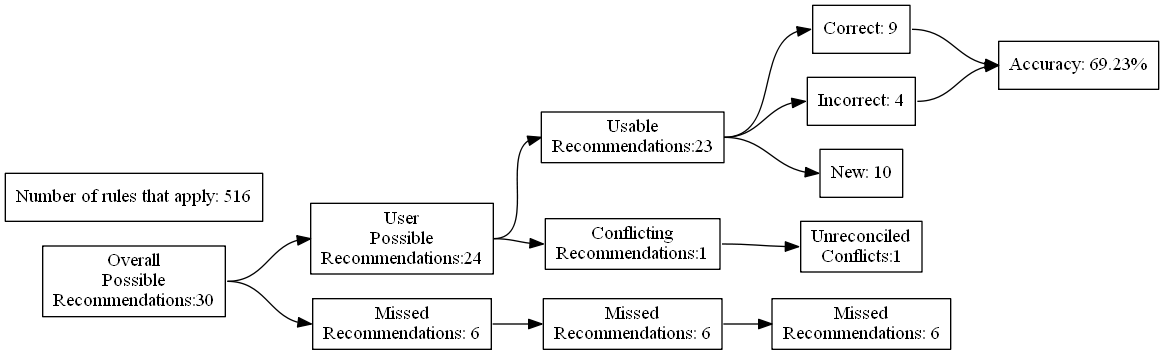
This is test_renders/20.gv.png from ZaxR/ibd_diet_analysis, a Graphviz export, as it was before one commit. Its source is kept beside it as test_renders/20.gv.
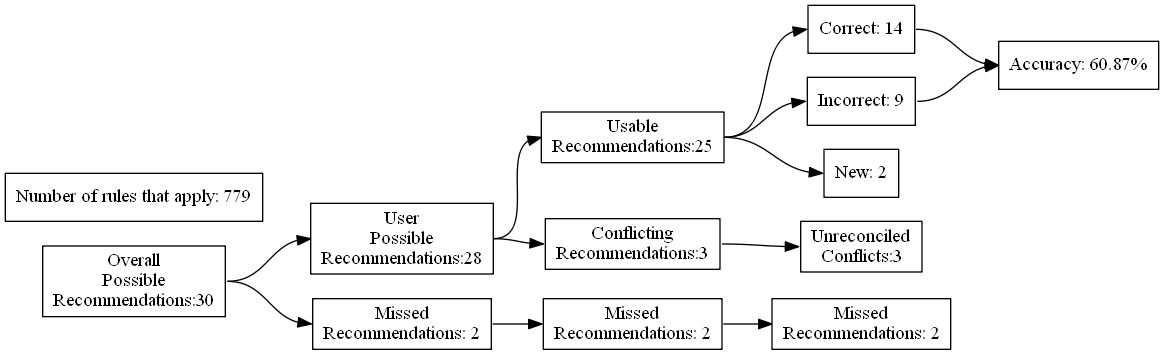
Later version of the same file.

What changed in the source:
```diff
@@ -7,24 +7,24 @@
 Recommendations:30"]
 		B [label="User
 Possible
-Recommendations:24"]
+Recommendations:28"]
 		C [label="Missed
-Recommendations: 6"]
+Recommendations: 2"]
 		D [label="Usable
-Recommendations:23"]
+Recommendations:25"]
 		E [label="Conflicting
-Recommendations:1"]
+Recommendations:3"]
 		J [label="Missed
-Recommendations: 6"]
+Recommendations: 2"]
 		M [label="Unreconciled
-Conflicts:1"]
-		F [label="Correct: 9"]
-		G [label="Incorrect: 4"]
-		H [label="New: 10"]
+Conflicts:3"]
+		F [label="Correct: 14"]
+		G [label="Incorrect: 9"]
+		H [label="New: 2"]
 		K [label="Missed
-Recommendations: 6"]
-		I [label="Accuracy: 69.23%"]
-		l [label="Number of rules that apply: 516"]
+Recommendations: 2"]
+		I [label="Accuracy: 60.87%"]
+		l [label="Number of rules that apply: 779"]
 			A -> B
 			A -> C
 			B -> D
```
